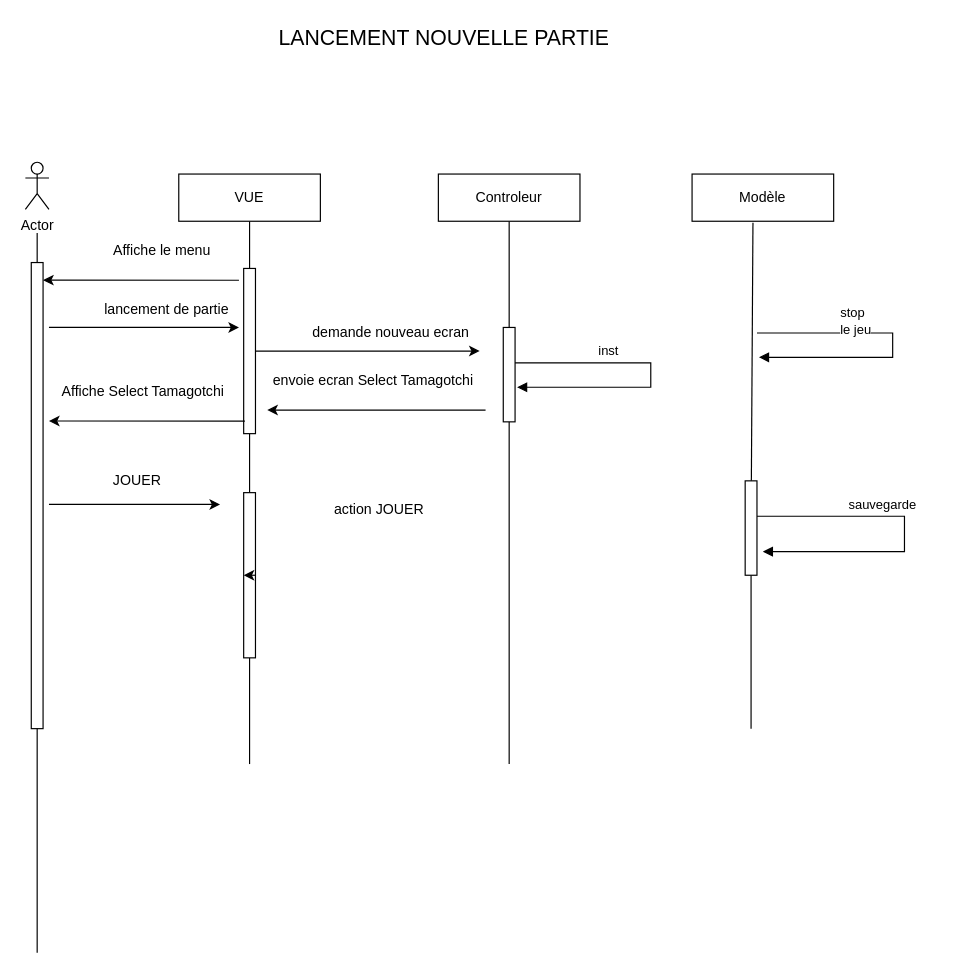
BMaurice56/Tamagotchi keeps this draw.io diagram as page "Page-1" (1 of 3) of DiagrammeSequence.drawio. Above is the earlier version. Source tidied: cells renumbered, new cells numbered last; positions are measured from the earlier drawing's top-left corner, leaving out a move shared by most shapes. Both pictures are drawn from the tidied source at 118%, with x=0, y=0 at pixel (25, 20).
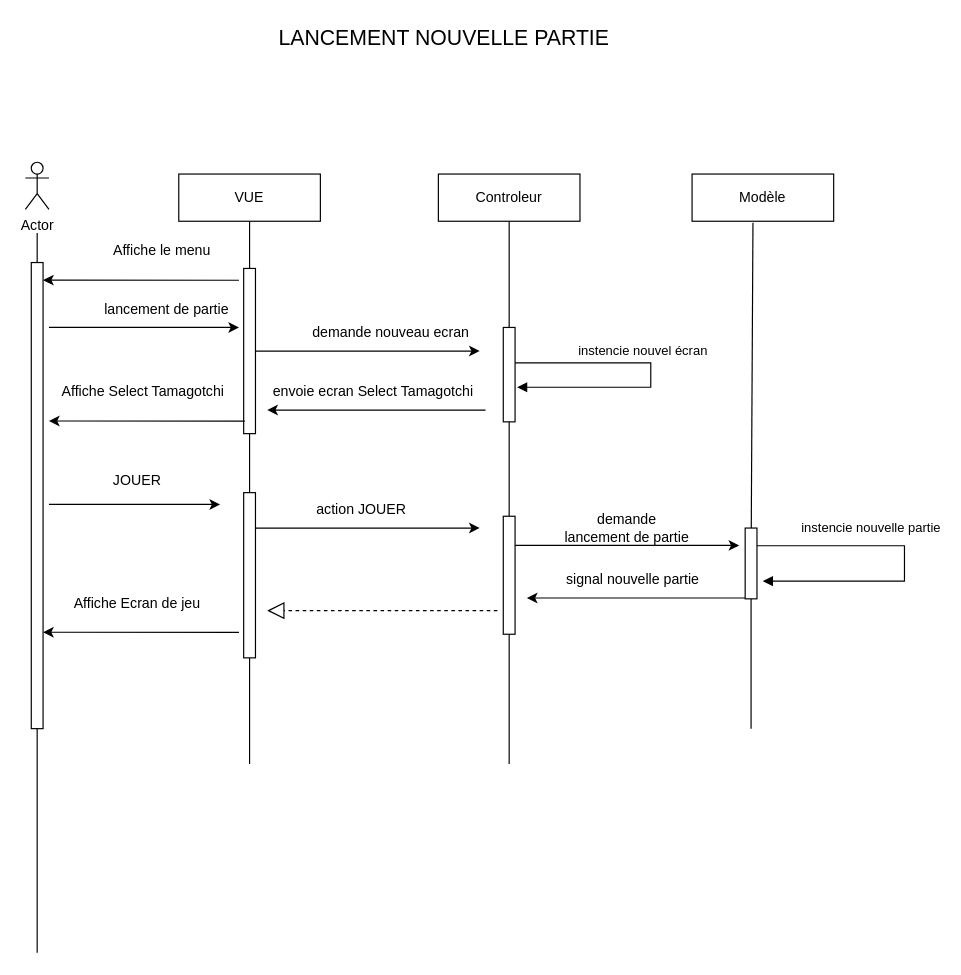
After the change.

The change refers to these unchanged cells:
```xml
<mxCell id="17" style="rounded=0;whiteSpace=wrap;html=1;" parent="1" vertex="1">
  <mxGeometry x="405" y="260" width="10" height="80" as="geometry" />
</mxCell>
<mxCell id="35" style="rounded=0;whiteSpace=wrap;html=1;" parent="1" vertex="1">
  <mxGeometry x="185" y="400" width="10" height="140" as="geometry" />
</mxCell>
```

Change to the diagram source:
```diff
@@
-    <mxCell id="16" style="endArrow=none;html=1;rounded=0;" parent="1" edge="1" target="17">
-      <mxGeometry relative="1" as="geometry">
-        <mxPoint x="410" y="630" as="sourcePoint" />
-      </mxGeometry>
+    <mxCell id="16" style="endArrow=none;html=1;rounded=0;" parent="1" edge="1" source="41" target="17">
+      <mxGeometry relative="1" as="geometry" />
     </mxCell>
@@
     <mxCell id="22" value="envoie ecran Select Tamagotchi" style="text;html=1;strokeColor=none;fillColor=none;align=center;verticalAlign=middle;whiteSpace=wrap;rounded=0;" parent="1" vertex="1">
-      <mxGeometry x="205" y="290" width="180" height="30" as="geometry" />
+      <mxGeometry x="205" y="300" width="180" height="30" as="geometry" />
     </mxCell>
@@
     <mxCell id="27" style="rounded=0;whiteSpace=wrap;html=1;" parent="1" vertex="1">
-      <mxGeometry x="610" y="390" width="10" height="80" as="geometry" />
+      <mxGeometry x="610" y="430" width="10" height="60" as="geometry" />
     </mxCell>
-    <mxCell id="28" value="sauvegarde" style="html=1;align=left;spacingLeft=2;endArrow=block;rounded=0;edgeStyle=orthogonalEdgeStyle;curved=0;rounded=0;exitX=0.933;exitY=0.295;exitDx=0;exitDy=0;exitPerimeter=0;" parent="1" edge="1">
-      <mxGeometry x="-0.46" y="10" relative="1" as="geometry">
-        <mxPoint x="620" y="420" as="sourcePoint" />
-        <mxPoint x="625" y="450" as="targetPoint" />
+    <mxCell id="28" value="instencie nouvelle partie" style="html=1;align=left;spacingLeft=2;endArrow=block;rounded=0;edgeStyle=orthogonalEdgeStyle;curved=0;rounded=0;exitX=0.933;exitY=0.295;exitDx=0;exitDy=0;exitPerimeter=0;" parent="1" edge="1">
+      <mxGeometry x="-0.75" y="15" relative="1" as="geometry">
+        <mxPoint x="620" y="445" as="sourcePoint" />
+        <mxPoint x="625" y="475" as="targetPoint" />
         <Array as="points">
-          <mxPoint x="745" y="420" />
-          <mxPoint x="745" y="450" />
+          <mxPoint x="745" y="445" />
+          <mxPoint x="745" y="475" />
         </Array>
       </mxGeometry>
     </mxCell>
-    <mxCell id="29" value="&lt;div&gt;stop &lt;br&gt;&lt;/div&gt;&lt;div&gt;le jeu&lt;br&gt;&lt;/div&gt;" style="html=1;align=left;spacingLeft=2;endArrow=block;rounded=0;edgeStyle=orthogonalEdgeStyle;curved=0;rounded=0;entryX=1.1;entryY=0.876;entryDx=0;entryDy=0;entryPerimeter=0;exitX=1;exitY=0.25;exitDx=0;exitDy=0;" parent="1" edge="1">
-      <mxGeometry x="-0.46" y="10" relative="1" as="geometry">
-        <mxPoint x="620" y="264.7" as="sourcePoint" />
-        <mxPoint x="621.7" y="285.3" as="targetPoint" />
-        <Array as="points">
-          <mxPoint x="735" y="264.7" />
-          <mxPoint x="735" y="285.7" />
-        </Array>
-      </mxGeometry>
-    </mxCell>
@@
-    <mxCell id="36" style="edgeStyle=orthogonalEdgeStyle;rounded=0;orthogonalLoop=1;jettySize=auto;html=1;exitX=1;exitY=0.5;exitDx=0;exitDy=0;entryX=0;entryY=0.5;entryDx=0;entryDy=0;" parent="1" edge="1" source="35" target="35">
-      <mxGeometry relative="1" as="geometry" />
-    </mxCell>
     <mxCell id="37" value="action JOUER" style="text;html=1;strokeColor=none;fillColor=none;align=center;verticalAlign=middle;whiteSpace=wrap;rounded=0;" parent="1" vertex="1">
-      <mxGeometry x="225" y="400" width="150" height="30" as="geometry" />
+      <mxGeometry x="235" y="400" width="100" height="30" as="geometry" />
     </mxCell>
-    <mxCell id="38" value="inst" style="html=1;align=left;spacingLeft=2;endArrow=block;rounded=0;edgeStyle=orthogonalEdgeStyle;curved=0;rounded=0;entryX=1.1;entryY=0.876;entryDx=0;entryDy=0;entryPerimeter=0;exitX=1;exitY=0.25;exitDx=0;exitDy=0;" parent="1" edge="1">
-      <mxGeometry x="-0.46" y="10" relative="1" as="geometry">
+    <mxCell id="38" value="instencie nouvel écran" style="html=1;align=left;spacingLeft=2;endArrow=block;rounded=0;edgeStyle=orthogonalEdgeStyle;curved=0;rounded=0;entryX=1.1;entryY=0.876;entryDx=0;entryDy=0;entryPerimeter=0;exitX=1;exitY=0.25;exitDx=0;exitDy=0;" parent="1" edge="1">
+      <mxGeometry x="-0.6" y="10" relative="1" as="geometry">
         <mxPoint x="415" y="290" as="sourcePoint" />
         <mxPoint x="416.7" y="310.7" as="targetPoint" />
         <Array as="points">
           <mxPoint x="530" y="290" />
           <mxPoint x="530" y="311" />
         </Array>
       </mxGeometry>
     </mxCell>
+    <mxCell id="39" style="endArrow=classic;html=1;rounded=0;fontStyle=1;" parent="1" edge="1">
+      <mxGeometry relative="1" as="geometry">
+        <mxPoint x="195" y="430" as="sourcePoint" />
+        <mxPoint x="385" y="430" as="targetPoint" />
+      </mxGeometry>
+    </mxCell>
+    <mxCell id="40" style="endArrow=none;html=1;rounded=0;" parent="1" edge="1" target="41">
+      <mxGeometry relative="1" as="geometry">
+        <mxPoint x="410" y="630" as="sourcePoint" />
+      </mxGeometry>
+    </mxCell>
+    <mxCell id="41" style="rounded=0;whiteSpace=wrap;html=1;" parent="1" vertex="1">
+      <mxGeometry x="405" y="420" width="10" height="100" as="geometry" />
+    </mxCell>
+    <mxCell id="42" value="demande lancement de partie" style="text;html=1;strokeColor=none;fillColor=none;align=center;verticalAlign=middle;whiteSpace=wrap;rounded=0;" parent="1" vertex="1">
+      <mxGeometry x="455" y="414.7" width="110" height="30" as="geometry" />
+    </mxCell>
+    <mxCell id="43" style="endArrow=classic;html=1;rounded=0;fontStyle=1;" parent="1" edge="1">
+      <mxGeometry relative="1" as="geometry">
+        <mxPoint x="415" y="444.7" as="sourcePoint" />
+        <mxPoint x="605" y="444.7" as="targetPoint" />
+      </mxGeometry>
+    </mxCell>
+    <mxCell id="44" style="endArrow=classic;html=1;rounded=0;" parent="1" edge="1">
+      <mxGeometry relative="1" as="geometry">
+        <mxPoint x="610" y="489.3" as="sourcePoint" />
+        <mxPoint x="425" y="489.3" as="targetPoint" />
+      </mxGeometry>
+    </mxCell>
+    <mxCell id="45" value="signal nouvelle partie" style="text;html=1;strokeColor=none;fillColor=none;align=center;verticalAlign=middle;whiteSpace=wrap;rounded=0;" parent="1" vertex="1">
+      <mxGeometry x="425" y="459.3" width="180" height="30" as="geometry" />
+    </mxCell>
+    <mxCell id="46" style="endArrow=block;dashed=1;endFill=0;endSize=12;html=1;rounded=0;" parent="1" edge="1">
+      <mxGeometry relative="1" as="geometry">
+        <mxPoint x="400" y="500" as="sourcePoint" />
+        <mxPoint x="205" y="500" as="targetPoint" />
+      </mxGeometry>
+    </mxCell>
+    <mxCell id="47" style="edgeStyle=orthogonalEdgeStyle;rounded=0;orthogonalLoop=1;jettySize=auto;html=1;exitX=0.5;exitY=1;exitDx=0;exitDy=0;" parent="1" edge="1">
+      <mxGeometry relative="1" as="geometry">
+        <mxPoint x="185" y="529" as="sourcePoint" />
+        <mxPoint x="185" y="529" as="targetPoint" />
+      </mxGeometry>
+    </mxCell>
+    <mxCell id="48" style="endArrow=classic;html=1;rounded=0;entryX=1.4;entryY=0.025;entryDx=0;entryDy=0;entryPerimeter=0;" parent="1" edge="1">
+      <mxGeometry relative="1" as="geometry">
+        <mxPoint x="181" y="518.4" as="sourcePoint" />
+        <mxPoint x="15" y="518.3" as="targetPoint" />
+      </mxGeometry>
+    </mxCell>
+    <mxCell id="49" value="&lt;div align=&quot;center&quot;&gt;Affiche Ecran de jeu&lt;br&gt;&lt;/div&gt;" style="text;html=1;strokeColor=none;fillColor=none;align=center;verticalAlign=middle;whiteSpace=wrap;rounded=0;" parent="1" vertex="1">
+      <mxGeometry x="20" y="479" width="150" height="30" as="geometry" />
+    </mxCell>
```
